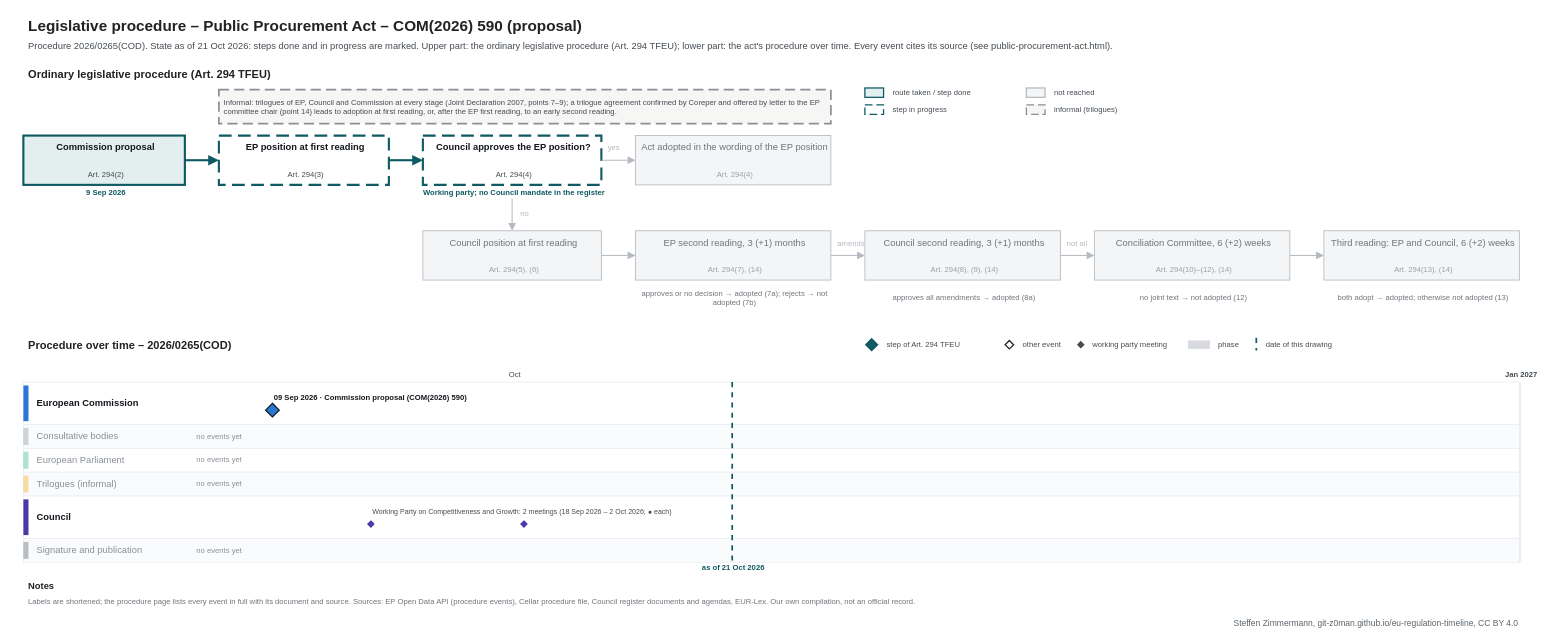
This is procedures/public-procurement-act.drawio from git-z0man/eu-regulation-timeline, a draw.io file, before an edit. Source tidied: cells renumbered, new cells numbered last; positions are measured from the earlier drawing's top-left corner, leaving out a move shared by most shapes. Both pictures are drawn from the tidied source at 85%, with x=0, y=0 at pixel (14, 14).
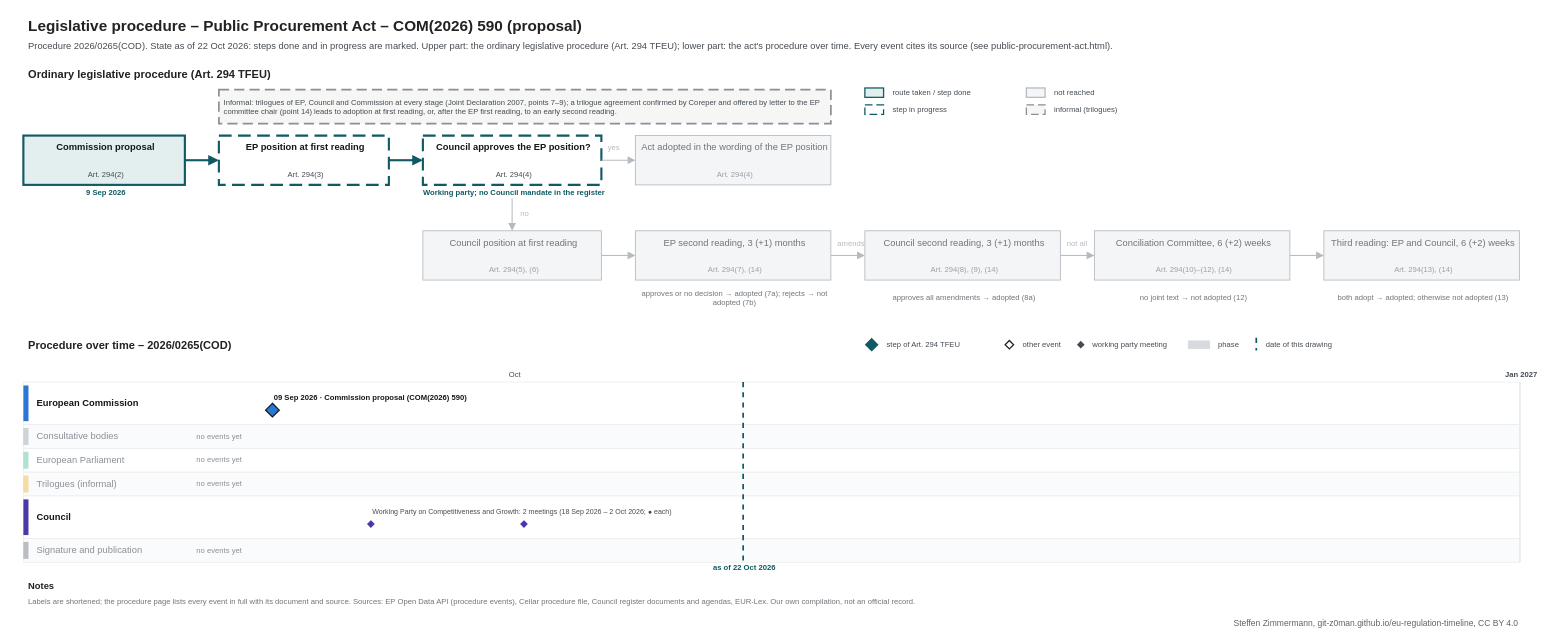
The same diagram, later.

Diff of the diagram source:
```diff
@@
-    <mxCell id="3" value="Procedure 2026/0265(COD). State as of 21 Oct 2026: steps done and in progress are marked. Upper part: the ordinary legislative procedure (Art. 294 TFEU); lower part: the act's procedure over time. Every event cites its source (see public-procurement-act.html)." style="text;html=1;fontSize=11;fontColor=#454c53;align=left;verticalAlign=middle;spacingLeft=4;" parent="1" vertex="1">
+    <mxCell id="3" value="Procedure 2026/0265(COD). State as of 22 Oct 2026: steps done and in progress are marked. Upper part: the ordinary legislative procedure (Art. 294 TFEU); lower part: the act's procedure over time. Every event cites its source (see public-procurement-act.html)." style="text;html=1;fontSize=11;fontColor=#454c53;align=left;verticalAlign=middle;spacingLeft=4;" parent="1" vertex="1">
       <mxGeometry x="10" y="28" width="1700" height="18" as="geometry" />
     </mxCell>
@@
     <mxCell id="100" style="line;html=1;strokeWidth=2;strokeColor=#0f5a63;direction=south;dashed=1;" parent="1" vertex="1">
-      <mxGeometry x="843.4" y="432" width="1" height="212" as="geometry" />
+      <mxGeometry x="856.3" y="432" width="1" height="212" as="geometry" />
     </mxCell>
-    <mxCell id="101" value="as of 21 Oct 2026" style="text;html=1;fontSize=9;fontColor=#0f5a63;align=center;verticalAlign=middle;spacingLeft=4;fontStyle=1;" parent="1" vertex="1">
-      <mxGeometry x="783.4" y="645" width="120" height="12" as="geometry" />
+    <mxCell id="101" value="as of 22 Oct 2026" style="text;html=1;fontSize=9;fontColor=#0f5a63;align=center;verticalAlign=middle;spacingLeft=4;fontStyle=1;" parent="1" vertex="1">
+      <mxGeometry x="796.3" y="645" width="120" height="12" as="geometry" />
     </mxCell>
```
